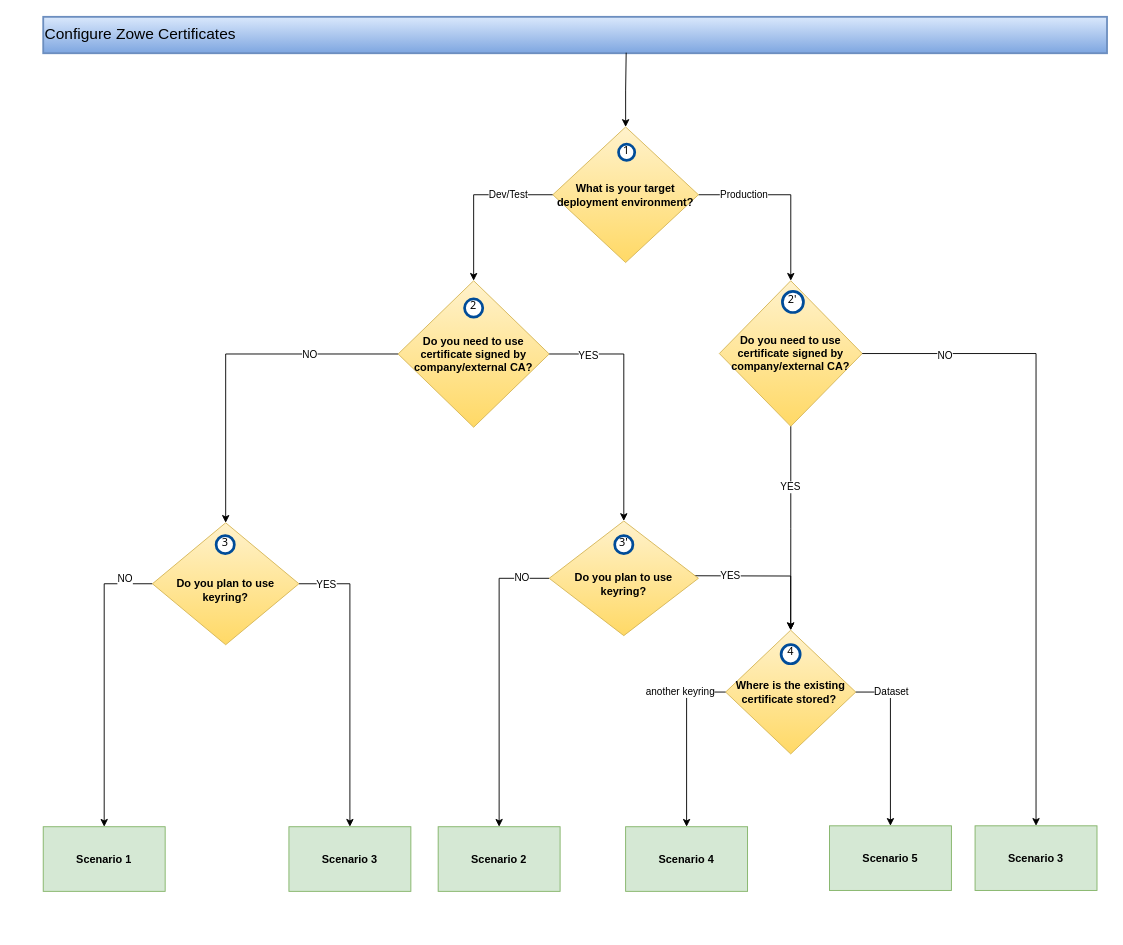
This is docs/diagrams/certificates-config-scenarios.drawio from zowe/docs-site, a draw.io file, before an edit. Source tidied: cells renumbered, new cells numbered last; positions are measured from the earlier drawing's top-left corner, leaving out a move shared by most shapes. Both pictures are drawn from the tidied source at 91%, with x=0, y=0 at pixel (43, 16).
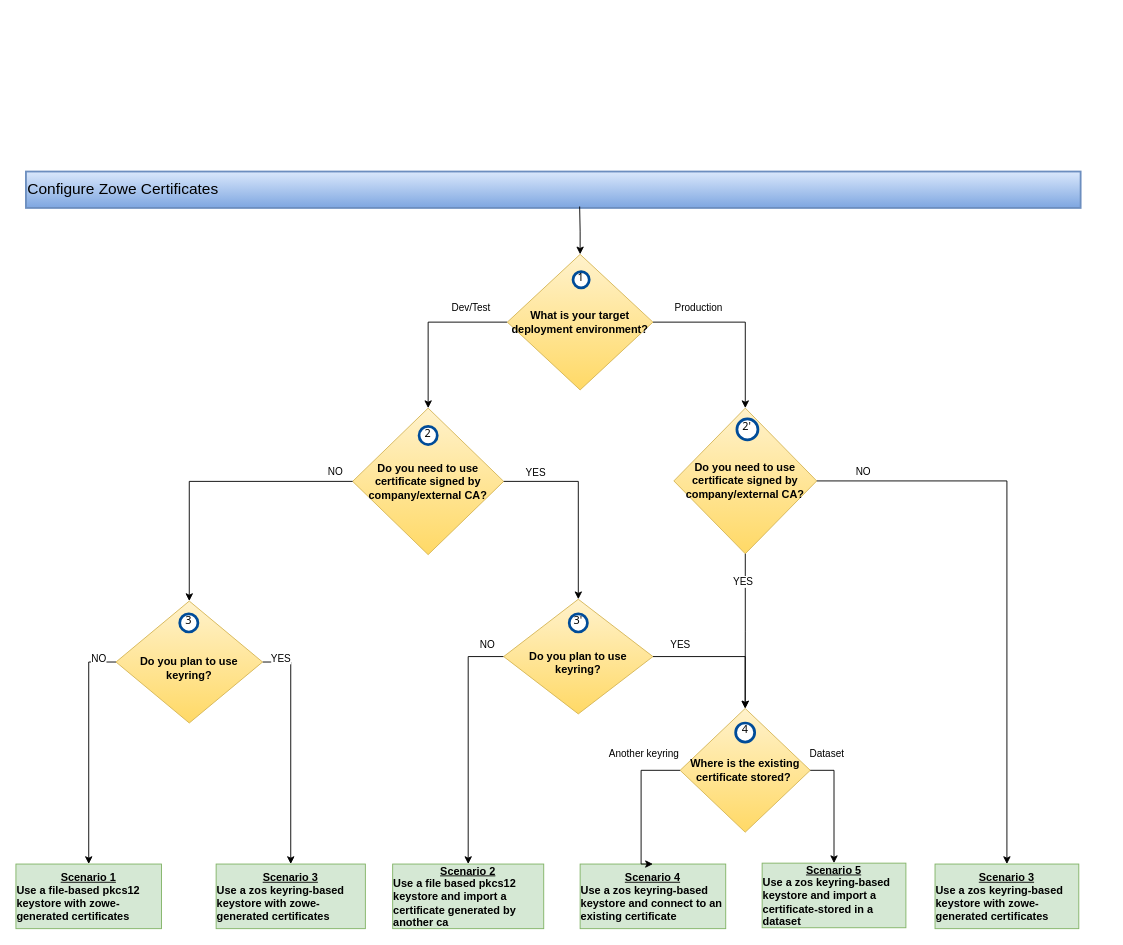
Above is the later version.

Commit message (it also covers changes not shown here):
Minor update of the diagram layout

The change refers to these unchanged cells:
```xml
<mxCell id="3" value="Do you need to use&lt;br&gt;certificate signed by company/external CA?" style="rhombus;whiteSpace=wrap;html=1;fillColor=#fff2cc;gradientColor=#ffd966;strokeColor=#d6b656;fontStyle=1;" parent="2" vertex="1">
  <mxGeometry width="166" height="161" as="geometry" />
</mxCell>
<mxCell id="6" style="edgeStyle=orthogonalEdgeStyle;rounded=0;jettySize=auto;html=1;exitX=0;exitY=0.5;exitDx=0;exitDy=0;entryX=0.5;entryY=0;entryDx=0;entryDy=0;" parent="1" edge="1" source="10" target="3">
  <mxGeometry relative="1" as="geometry" />
</mxCell>
<mxCell id="14" value="Do you need to use&lt;br style=&quot;border-color: var(--border-color);&quot;&gt;certificate signed by company/external CA?" style="rhombus;whiteSpace=wrap;html=1;fillColor=#fff2cc;gradientColor=#ffd966;strokeColor=#d6b656;fontStyle=1;" parent="13" vertex="1">
  <mxGeometry width="157" height="160" as="geometry" />
</mxCell>
<mxCell id="16" style="edgeStyle=orthogonalEdgeStyle;rounded=0;jettySize=auto;html=1;exitX=0;exitY=0.5;exitDx=0;exitDy=0;" parent="1" edge="1" source="19" target="27">
  <mxGeometry relative="1" as="geometry" />
</mxCell>
<mxCell id="20" style="edgeStyle=orthogonalEdgeStyle;rounded=0;jettySize=auto;html=1;exitX=1;exitY=0.5;exitDx=0;exitDy=0;" parent="1" edge="1" source="24" target="32">
  <mxGeometry relative="1" as="geometry" />
</mxCell>
<mxCell id="22" style="edgeStyle=orthogonalEdgeStyle;rounded=0;jettySize=auto;html=1;exitX=0;exitY=0.5;exitDx=0;exitDy=0;" parent="1" edge="1" source="24" target="31">
  <mxGeometry relative="1" as="geometry" />
</mxCell>
<mxCell id="25" style="edgeStyle=orthogonalEdgeStyle;rounded=0;jettySize=auto;html=1;" parent="1" edge="1" source="3" target="24">
  <mxGeometry relative="1" as="geometry" />
</mxCell>
<mxCell id="29" value="Where is the existing certificate stored?&amp;nbsp;" style="rhombus;whiteSpace=wrap;html=1;fillColor=#fff2cc;gradientColor=#ffd966;strokeColor=#d6b656;fontStyle=1;" parent="28" vertex="1">
  <mxGeometry x="2.9" width="143" height="136" as="geometry" />
</mxCell>
<mxCell id="36" style="edgeStyle=orthogonalEdgeStyle;rounded=0;jettySize=auto;html=1;exitX=1;exitY=0.5;exitDx=0;exitDy=0;entryX=0.5;entryY=0;entryDx=0;entryDy=0;" parent="1" edge="1" source="29" target="35">
  <mxGeometry relative="1" as="geometry" />
</mxCell>
<mxCell id="39" style="edgeStyle=orthogonalEdgeStyle;rounded=0;jettySize=auto;html=1;" parent="1" edge="1" source="14" target="38">
  <mxGeometry relative="1" as="geometry" />
</mxCell>
<mxCell id="41" style="edgeStyle=orthogonalEdgeStyle;rounded=0;jettySize=auto;html=1;entryX=0.5;entryY=0;entryDx=0;entryDy=0;" parent="1" edge="1" source="14" target="29">
  <mxGeometry relative="1" as="geometry" />
</mxCell>
```

Diff of the diagram source:
```diff
@@
     <mxCell id="2" style="group;fontStyle=1;" parent="1" vertex="1">
-      <mxGeometry x="390" y="290" width="166" height="161" as="geometry" />
+      <mxGeometry x="340" y="430" width="166" height="161" as="geometry" />
     </mxCell>
@@
     <mxCell id="5" value="Production" style="edgeStyle=orthogonalEdgeStyle;rounded=0;jettySize=auto;html=1;exitX=1;exitY=0.5;exitDx=0;exitDy=0;entryX=0.5;entryY=0;entryDx=0;entryDy=0;" parent="1" edge="1" source="10" target="14">
-      <mxGeometry x="-0.49" relative="1" as="geometry">
+      <mxGeometry x="-0.49" y="16" relative="1" as="geometry">
         <Array as="points">
-          <mxPoint x="822" y="196" />
+          <mxPoint x="772" y="336" />
         </Array>
       </mxGeometry>
     </mxCell>
@@
     <mxCell id="7" value="Dev/Test" style="edgeLabel;html=1;align=center;verticalAlign=middle;" parent="6" vertex="1">
       <mxGeometry x="-0.52" y="2" relative="1" as="geometry">
-        <mxPoint x="-6" y="-2" as="offset" />
+        <mxPoint x="3" y="-18" as="offset" />
       </mxGeometry>
     </mxCell>
     <mxCell id="8" value="Configure Zowe Certificates" style="rounded=0;whiteSpace=wrap;html=1;fillColor=#dae8fc;strokeColor=#6c8ebf;strokeWidth=2;align=left;gradientColor=#7ea6e0;fontSize=17;" parent="1" vertex="1">
-      <mxGeometry width="1169" height="40" as="geometry" />
+      <mxGeometry x="-19" y="170" width="1159" height="40" as="geometry" />
     </mxCell>
-    <mxCell id="9" style="edgeStyle=orthogonalEdgeStyle;rounded=0;jettySize=auto;html=1;entryX=0.548;entryY=0.985;entryDx=0;entryDy=0;entryPerimeter=0;endArrow=none;endFill=0;startArrow=classic;startFill=1;" parent="1" edge="1" source="10" target="8">
+    <mxCell id="9" style="edgeStyle=orthogonalEdgeStyle;rounded=0;jettySize=auto;html=1;entryX=0.525;entryY=0.961;entryDx=0;entryDy=0;entryPerimeter=0;endArrow=none;endFill=0;startArrow=classic;startFill=1;" parent="1" edge="1" source="10" target="8">
       <mxGeometry relative="1" as="geometry" />
     </mxCell>
     <mxCell id="10" value="What is your target deployment environment?" style="rhombus;whiteSpace=wrap;html=1;fillColor=#fff2cc;gradientColor=#ffd966;strokeColor=#d6b656;fontStyle=1;" parent="1" vertex="1">
-      <mxGeometry x="560" y="121" width="160" height="149" as="geometry" />
+      <mxGeometry x="510" y="261" width="160" height="149" as="geometry" />
     </mxCell>
     <mxCell id="11" style="edgeStyle=orthogonalEdgeStyle;rounded=0;jettySize=auto;html=1;exitX=1;exitY=0.5;exitDx=0;exitDy=0;entryX=0.5;entryY=0;entryDx=0;entryDy=0;" parent="1" edge="1" source="3" target="19">
       <mxGeometry relative="1" as="geometry">
         <Array as="points">
-          <mxPoint x="638" y="371" />
+          <mxPoint x="588" y="511" />
         </Array>
       </mxGeometry>
     </mxCell>
     <mxCell id="12" value="YES" style="edgeLabel;html=1;align=center;verticalAlign=middle;" parent="11" vertex="1">
       <mxGeometry x="-0.2" y="-1" relative="1" as="geometry">
-        <mxPoint x="-39" y="-22" as="offset" />
+        <mxPoint x="-47" y="-13" as="offset" />
       </mxGeometry>
     </mxCell>
     <mxCell id="13" style="group;fontStyle=1;" parent="1" vertex="1">
-      <mxGeometry x="743" y="290" width="157" height="160" as="geometry" />
+      <mxGeometry x="693" y="430" width="157" height="160" as="geometry" />
     </mxCell>
@@
     <mxCell id="17" value="NO" style="edgeLabel;html=1;align=center;verticalAlign=middle;" parent="16" vertex="1">
       <mxGeometry x="-0.16" relative="1" as="geometry">
-        <mxPoint x="24" y="-84" as="offset" />
+        <mxPoint x="20" y="-87" as="offset" />
       </mxGeometry>
     </mxCell>
-    <mxCell id="18" value="YES" style="edgeStyle=orthogonalEdgeStyle;rounded=0;jettySize=auto;html=1;entryX=0.5;entryY=0;entryDx=0;entryDy=0;" parent="1" edge="1" target="29">
-      <mxGeometry x="-0.07" relative="1" as="geometry">
-        <mxPoint x="646" y="614" as="sourcePoint" />
+    <mxCell id="18" value="YES" style="edgeStyle=orthogonalEdgeStyle;rounded=0;orthogonalLoop=1;jettySize=auto;html=1;entryX=0.5;entryY=0;entryDx=0;entryDy=0;exitX=1;exitY=0.5;exitDx=0;exitDy=0;" parent="1" edge="1">
+      <mxGeometry x="-0.62" y="13" relative="1" as="geometry">
+        <mxPoint x="670" y="703" as="sourcePoint" />
+        <mxPoint x="771.4" y="760" as="targetPoint" />
+        <Array as="points">
+          <mxPoint x="771" y="703" />
+        </Array>
       </mxGeometry>
     </mxCell>
     <mxCell id="19" value="&lt;br&gt;Do you plan to use&lt;br&gt;keyring?" style="rhombus;whiteSpace=wrap;html=1;fillColor=#fff2cc;gradientColor=#ffd966;strokeColor=#d6b656;fontStyle=1;" parent="1" vertex="1">
-      <mxGeometry x="556" y="554" width="164" height="126" as="geometry" />
+      <mxGeometry x="506" y="640" width="164" height="126" as="geometry" />
     </mxCell>
@@
     <mxCell id="21" value="YES" style="edgeLabel;html=1;align=center;verticalAlign=middle;" parent="20" vertex="1">
       <mxGeometry x="-0.18" y="-3" relative="1" as="geometry">
-        <mxPoint x="-24" y="-76" as="offset" />
+        <mxPoint x="-9" y="-78" as="offset" />
       </mxGeometry>
     </mxCell>
@@
     <mxCell id="23" value="NO" style="edgeLabel;html=1;align=center;verticalAlign=middle;" parent="22" vertex="1">
       <mxGeometry x="-0.13" y="5" relative="1" as="geometry">
-        <mxPoint x="17" y="-92" as="offset" />
+        <mxPoint x="5" y="-85" as="offset" />
       </mxGeometry>
     </mxCell>
     <mxCell id="24" value="&lt;br&gt;Do you plan to use&lt;br&gt;keyring?" style="rhombus;whiteSpace=wrap;html=1;fillColor=#fff2cc;gradientColor=#ffd966;strokeColor=#d6b656;fontStyle=1;" parent="1" vertex="1">
-      <mxGeometry x="120" y="556" width="161" height="134" as="geometry" />
+      <mxGeometry x="80" y="642" width="161" height="134" as="geometry" />
     </mxCell>
@@
     <mxCell id="26" value="NO" style="edgeLabel;html=1;align=center;verticalAlign=middle;" parent="25" vertex="1">
       <mxGeometry y="-3" relative="1" as="geometry">
-        <mxPoint x="90" y="3" as="offset" />
+        <mxPoint x="136" y="-8" as="offset" />
       </mxGeometry>
     </mxCell>
-    <mxCell id="27" value="Scenario 2" style="whiteSpace=wrap;html=1;fillColor=#d5e8d4;strokeColor=#82b366;fontStyle=1;" parent="1" vertex="1">
-      <mxGeometry x="434" y="890" width="134" height="71" as="geometry" />
+    <mxCell id="27" value="&lt;u&gt;Scenario 2&lt;/u&gt;&lt;br&gt;&lt;div style=&quot;text-align: left;&quot;&gt;&lt;span style=&quot;background-color: initial;&quot;&gt;Use a file based pkcs12 keystore and import a certificate generated by another ca&lt;/span&gt;&lt;/div&gt;" style="whiteSpace=wrap;html=1;fillColor=#d5e8d4;strokeColor=#82b366;fontStyle=1;" parent="1" vertex="1">
+      <mxGeometry x="384" y="931" width="166" height="71" as="geometry" />
     </mxCell>
     <mxCell id="28" style="group;" parent="1" vertex="1">
-      <mxGeometry x="747" y="674" width="143" height="136" as="geometry" />
+      <mxGeometry x="697" y="760" width="143" height="136" as="geometry" />
     </mxCell>
@@
-    <mxCell id="31" value="Scenario 1" style="whiteSpace=wrap;html=1;fillColor=#d5e8d4;strokeColor=#82b366;fontStyle=1;" parent="1" vertex="1">
-      <mxGeometry y="890" width="134" height="71" as="geometry" />
+    <mxCell id="31" value="&lt;u&gt;Scenario 1&lt;/u&gt;&lt;br&gt;&lt;div style=&quot;text-align: left;&quot;&gt;&lt;span style=&quot;background-color: initial;&quot;&gt;Use a file-based pkcs12 keystore with zowe-generated certificates&lt;/span&gt;&lt;/div&gt;" style="whiteSpace=wrap;html=1;fillColor=#d5e8d4;strokeColor=#82b366;fontStyle=1;" parent="1" vertex="1">
+      <mxGeometry x="-30" y="931" width="160" height="71" as="geometry" />
     </mxCell>
-    <mxCell id="32" value="Scenario 3" style="whiteSpace=wrap;html=1;fillColor=#d5e8d4;strokeColor=#82b366;fontStyle=1;" parent="1" vertex="1">
-      <mxGeometry x="270" y="890" width="134" height="71" as="geometry" />
+    <mxCell id="32" value="&lt;u&gt;Scenario 3&lt;/u&gt;&lt;br&gt;&lt;div style=&quot;text-align: left;&quot;&gt;&lt;span style=&quot;background-color: initial;&quot;&gt;Use a zos keyring-based keystore with zowe-generated certificates&lt;/span&gt;&lt;/div&gt;" style="whiteSpace=wrap;html=1;fillColor=#d5e8d4;strokeColor=#82b366;fontStyle=1;" parent="1" vertex="1">
+      <mxGeometry x="190" y="931" width="164" height="71" as="geometry" />
     </mxCell>
-    <mxCell id="33" value="Scenario 4" style="whiteSpace=wrap;html=1;fillColor=#d5e8d4;strokeColor=#82b366;fontStyle=1;" parent="1" vertex="1">
-      <mxGeometry x="640" y="890" width="134" height="71" as="geometry" />
+    <mxCell id="33" value="&lt;u&gt;Scenario 4&lt;/u&gt;&lt;br&gt;&lt;div style=&quot;text-align: left;&quot;&gt;&lt;span style=&quot;background-color: initial;&quot;&gt;Use a zos keyring-based keystore and connect to an existing certificate&lt;/span&gt;&lt;/div&gt;" style="whiteSpace=wrap;html=1;fillColor=#d5e8d4;strokeColor=#82b366;fontStyle=1;" parent="1" vertex="1">
+      <mxGeometry x="590" y="931" width="160" height="71" as="geometry" />
     </mxCell>
-    <mxCell id="34" value="another keyring" style="edgeStyle=orthogonalEdgeStyle;rounded=0;jettySize=auto;html=1;exitX=0;exitY=0.5;exitDx=0;exitDy=0;entryX=0.5;entryY=0;entryDx=0;entryDy=0;" parent="1" edge="1" source="29" target="33">
-      <mxGeometry x="-0.55" y="-7" relative="1" as="geometry">
+    <mxCell id="34" value="Another keyring" style="edgeStyle=orthogonalEdgeStyle;rounded=0;jettySize=auto;html=1;exitX=0;exitY=0.5;exitDx=0;exitDy=0;entryX=0.5;entryY=0;entryDx=0;entryDy=0;" parent="1" edge="1" source="29" target="33">
+      <mxGeometry x="-0.5" y="-18" relative="1" as="geometry">
         <Array as="points">
-          <mxPoint x="707" y="742" />
+          <mxPoint x="657" y="828" />
         </Array>
       </mxGeometry>
     </mxCell>
-    <mxCell id="35" value="Scenario 5" style="whiteSpace=wrap;html=1;fillColor=#d5e8d4;strokeColor=#82b366;fontStyle=1;" parent="1" vertex="1">
-      <mxGeometry x="864" y="889" width="134" height="71" as="geometry" />
+    <mxCell id="35" value="&lt;u&gt;Scenario 5&lt;/u&gt;&lt;br&gt;&lt;div style=&quot;text-align: left;&quot;&gt;&lt;span style=&quot;background-color: initial;&quot;&gt;Use a zos keyring-based keystore and import a certificate-stored in a dataset&lt;/span&gt;&lt;/div&gt;" style="whiteSpace=wrap;html=1;fillColor=#d5e8d4;strokeColor=#82b366;fontStyle=1;" parent="1" vertex="1">
+      <mxGeometry x="790" y="930" width="158" height="71" as="geometry" />
     </mxCell>
@@
     <mxCell id="37" value="Dataset" style="edgeLabel;html=1;align=center;verticalAlign=middle;" parent="36" vertex="1">
       <mxGeometry x="-0.33" relative="1" as="geometry">
-        <mxPoint y="-24" as="offset" />
+        <mxPoint x="-9" y="-35" as="offset" />
       </mxGeometry>
     </mxCell>
-    <mxCell id="38" value="Scenario 3" style="whiteSpace=wrap;html=1;fillColor=#d5e8d4;strokeColor=#82b366;fontStyle=1;" parent="1" vertex="1">
-      <mxGeometry x="1024" y="889" width="134" height="71" as="geometry" />
+    <mxCell id="38" value="&lt;u&gt;Scenario 3&lt;/u&gt;&lt;br style=&quot;border-color: var(--border-color);&quot;&gt;&lt;div style=&quot;border-color: var(--border-color); text-align: left;&quot;&gt;Use a zos keyring-based keystore with zowe-generated certificates&lt;/div&gt;" style="whiteSpace=wrap;html=1;fillColor=#d5e8d4;strokeColor=#82b366;fontStyle=1;" parent="1" vertex="1">
+      <mxGeometry x="980" y="931" width="158" height="71" as="geometry" />
     </mxCell>
@@
     <mxCell id="40" value="NO" style="edgeLabel;html=1;align=center;verticalAlign=middle;" parent="39" vertex="1">
       <mxGeometry x="0.01" y="1" relative="1" as="geometry">
-        <mxPoint x="-102" y="-167" as="offset" />
+        <mxPoint x="-160" y="-120" as="offset" />
       </mxGeometry>
     </mxCell>
@@
     <mxCell id="42" value="YES" style="edgeLabel;html=1;align=center;verticalAlign=middle;" parent="41" vertex="1">
-      <mxGeometry x="-0.41" y="-1" relative="1" as="geometry" />
+      <mxGeometry x="-0.41" y="-1" relative="1" as="geometry">
+        <mxPoint x="-2" y="-20" as="offset" />
+      </mxGeometry>
     </mxCell>
     <mxCell id="43" value="1" style="ellipse;whiteSpace=wrap;html=1;strokeWidth=3;fontFamily=Tahoma;spacingBottom=4;spacingRight=2;strokeColor=#004C99;spacingLeft=2;" parent="1" vertex="1">
-      <mxGeometry x="632.2" y="140" width="17.8" height="17.8" as="geometry" />
+      <mxGeometry x="582.2" y="280" width="17.8" height="17.8" as="geometry" />
     </mxCell>
     <mxCell id="44" value="3" style="ellipse;whiteSpace=wrap;html=1;strokeWidth=3;fontFamily=Tahoma;spacingBottom=4;spacingRight=2;strokeColor=#004C99;spacingLeft=2;" parent="1" vertex="1">
-      <mxGeometry x="190" y="570" width="20" height="20" as="geometry" />
+      <mxGeometry x="150" y="656" width="20" height="20" as="geometry" />
     </mxCell>
     <mxCell id="45" value="3'" style="ellipse;whiteSpace=wrap;html=1;strokeWidth=3;fontFamily=Tahoma;spacingBottom=4;spacingRight=2;strokeColor=#004C99;spacingLeft=2;" parent="1" vertex="1">
-      <mxGeometry x="628" y="570" width="20" height="20" as="geometry" />
+      <mxGeometry x="578" y="656" width="20" height="20" as="geometry" />
     </mxCell>
```
